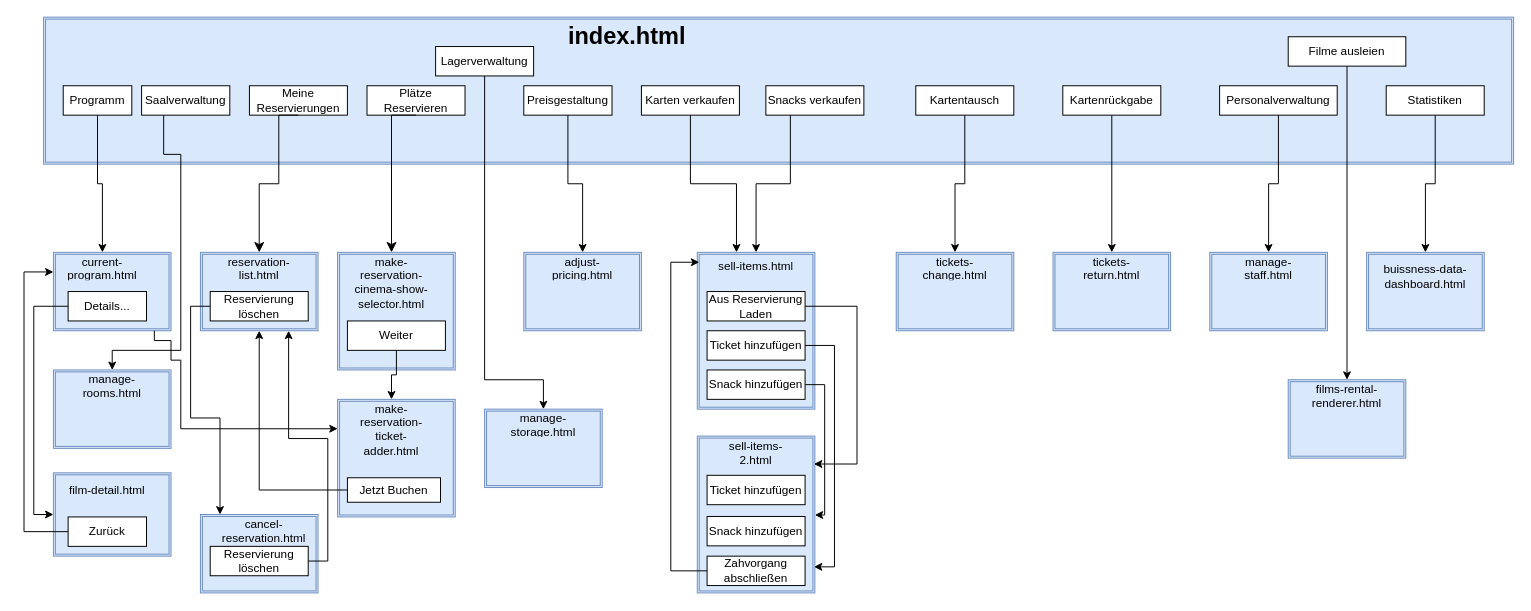
Before: src/main/asciidoc/models/design/dialog-flow.drawio in Leonard0108/Anwendungsprogrammierung, a draw.io diagram. Source tidied: cells renumbered, new cells numbered last; positions are measured from the earlier drawing's top-left corner, leaving out a move shared by most shapes. Both pictures are drawn from the tidied source at 98%, with x=0, y=0 at pixel (24, 17).
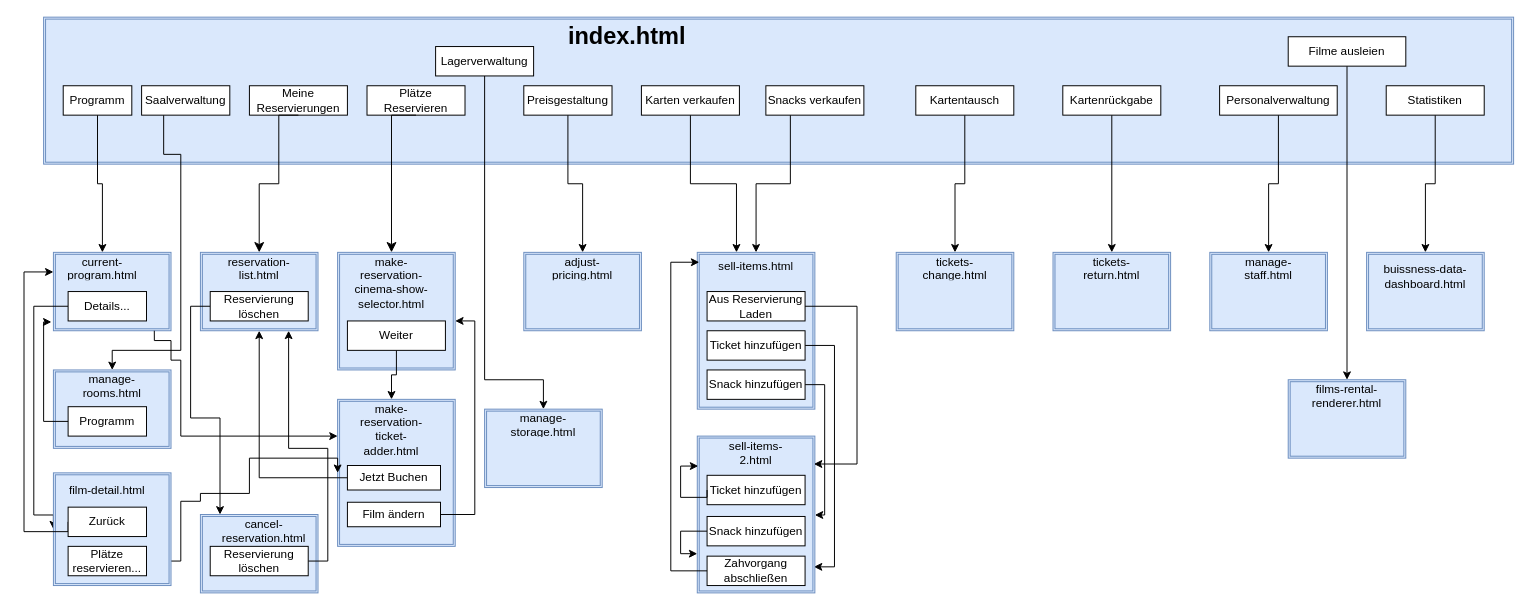
The same page after the edit.

Commit message (it also covers changes not shown here):
UI-Flow finalisiert

The change refers to these unchanged cells:
```xml
<mxCell id="2" style="shape=ext;double=1;rounded=0;whiteSpace=wrap;html=1;fillColor=#dae8fc;strokeColor=#6c8ebf;" parent="1" vertex="1">
  <mxGeometry x="30" y="240" width="120" height="80" as="geometry" />
</mxCell>
<mxCell id="11" style="shape=ext;double=1;rounded=0;whiteSpace=wrap;html=1;fillColor=#dae8fc;strokeColor=#6c8ebf;" parent="1" vertex="1">
  <mxGeometry x="180" y="240" width="120" height="80" as="geometry" />
</mxCell>
<mxCell id="15" style="shape=ext;double=1;rounded=0;whiteSpace=wrap;html=1;fillColor=#dae8fc;strokeColor=#6c8ebf;" parent="1" vertex="1">
  <mxGeometry x="320" y="240" width="120" height="120" as="geometry" />
</mxCell>
<mxCell id="67" style="shape=ext;double=1;rounded=0;whiteSpace=wrap;html=1;fillColor=#dae8fc;strokeColor=#6c8ebf;" parent="1" vertex="1">
  <mxGeometry x="687" y="427.5" width="120" height="160" as="geometry" />
</mxCell>
<mxCell id="69" value="Ticket hinzufügen" style="html=1;whiteSpace=wrap;" parent="1" vertex="1">
  <mxGeometry x="697" y="467.5" width="100" height="30" as="geometry" />
</mxCell>
<mxCell id="70" value="Snack hinzufügen" style="html=1;whiteSpace=wrap;" parent="1" vertex="1">
  <mxGeometry x="697" y="509.5" width="100" height="30" as="geometry" />
</mxCell>
<mxCell id="83" value="Reservierung löschen" style="html=1;whiteSpace=wrap;" parent="1" vertex="1">
  <mxGeometry x="190" y="540" width="100" height="30" as="geometry" />
</mxCell>
```

Diff of the diagram source:
```diff
@@
     <mxCell id="5" style="edgeStyle=orthogonalEdgeStyle;rounded=0;jettySize=auto;html=1;exitX=0.858;exitY=1;exitDx=0;exitDy=0;entryX=0;entryY=0.25;entryDx=0;entryDy=0;exitPerimeter=0;" parent="1" edge="1" source="2" target="52">
       <mxGeometry relative="1" as="geometry">
         <Array as="points">
           <mxPoint x="133" y="330" />
           <mxPoint x="150" y="330" />
           <mxPoint x="150" y="350" />
           <mxPoint x="160" y="350" />
-          <mxPoint x="160" y="420" />
+          <mxPoint x="160" y="428" />
         </Array>
       </mxGeometry>
     </mxCell>
@@
     <mxCell id="52" style="shape=ext;double=1;rounded=0;whiteSpace=wrap;html=1;fillColor=#dae8fc;strokeColor=#6c8ebf;" parent="1" vertex="1">
-      <mxGeometry x="320" y="390" width="120" height="120" as="geometry" />
+      <mxGeometry x="320" y="390" width="120" height="150" as="geometry" />
     </mxCell>
@@
+    <mxCell id="85" style="edgeStyle=orthogonalEdgeStyle;rounded=0;jettySize=auto;html=1;exitX=1;exitY=0.5;exitDx=0;exitDy=0;entryX=0;entryY=0.5;entryDx=0;entryDy=0;" parent="1" edge="1" source="87" target="52">
+      <mxGeometry relative="1" as="geometry">
+        <Array as="points">
+          <mxPoint x="160" y="555" />
+          <mxPoint x="160" y="494" />
+          <mxPoint x="180" y="494" />
+          <mxPoint x="180" y="486" />
+          <mxPoint x="230" y="486" />
+          <mxPoint x="230" y="450" />
+        </Array>
+      </mxGeometry>
+    </mxCell>
     <mxCell id="56" style="shape=ext;double=1;rounded=0;whiteSpace=wrap;html=1;fillColor=#dae8fc;strokeColor=#6c8ebf;" parent="1" vertex="1">
-      <mxGeometry x="30" y="465" width="120" height="85" as="geometry" />
+      <mxGeometry x="30" y="465" width="120" height="115" as="geometry" />
     </mxCell>
@@
     <mxCell id="59" value="Zurück" style="rounded=0;whiteSpace=wrap;html=1;" parent="1" vertex="1">
-      <mxGeometry x="45" y="510" width="80" height="30" as="geometry" />
+      <mxGeometry x="45" y="500" width="80" height="30" as="geometry" />
     </mxCell>
@@
     <mxCell id="61" value="Jetzt Buchen" style="rounded=0;whiteSpace=wrap;html=1;" parent="1" vertex="1">
-      <mxGeometry x="330" y="470" width="95" height="25" as="geometry" />
+      <mxGeometry x="330" y="457.5" width="95" height="25" as="geometry" />
     </mxCell>
@@
+    <mxCell id="86" style="edgeStyle=orthogonalEdgeStyle;rounded=0;jettySize=auto;html=1;exitX=0;exitY=0.5;exitDx=0;exitDy=0;entryX=0;entryY=0.75;entryDx=0;entryDy=0;" parent="1" edge="1" source="70" target="67">
+      <mxGeometry relative="1" as="geometry">
+        <Array as="points">
+          <mxPoint x="670" y="525" />
+          <mxPoint x="670" y="548" />
+        </Array>
+      </mxGeometry>
+    </mxCell>
@@
     <mxCell id="82" style="edgeStyle=orthogonalEdgeStyle;rounded=0;jettySize=auto;html=1;exitX=1;exitY=0.5;exitDx=0;exitDy=0;entryX=0.75;entryY=1;entryDx=0;entryDy=0;" parent="1" edge="1" source="83" target="11">
-      <mxGeometry relative="1" as="geometry" />
+      <mxGeometry relative="1" as="geometry">
+        <Array as="points">
+          <mxPoint x="310" y="555" />
+          <mxPoint x="310" y="440" />
+          <mxPoint x="270" y="440" />
+        </Array>
+      </mxGeometry>
     </mxCell>
@@
+    <mxCell id="87" value="Plätze reservieren..." style="rounded=0;whiteSpace=wrap;html=1;" parent="1" vertex="1">
+      <mxGeometry x="45" y="540" width="80" height="30" as="geometry" />
+    </mxCell>
+    <mxCell id="88" value="Programm" style="rounded=0;whiteSpace=wrap;html=1;" parent="1" vertex="1">
+      <mxGeometry x="45" y="397.5" width="80" height="30" as="geometry" />
+    </mxCell>
+    <mxCell id="89" style="edgeStyle=orthogonalEdgeStyle;rounded=0;jettySize=auto;html=1;exitX=0;exitY=0.5;exitDx=0;exitDy=0;entryX=-0.017;entryY=0.888;entryDx=0;entryDy=0;entryPerimeter=0;" parent="1" edge="1" source="88" target="2">
+      <mxGeometry relative="1" as="geometry">
+        <Array as="points">
+          <mxPoint x="20" y="413" />
+          <mxPoint x="20" y="311" />
+        </Array>
+      </mxGeometry>
+    </mxCell>
+    <mxCell id="90" value="Film ändern" style="rounded=0;whiteSpace=wrap;html=1;" parent="1" vertex="1">
+      <mxGeometry x="330" y="495" width="95" height="25" as="geometry" />
+    </mxCell>
+    <mxCell id="91" style="edgeStyle=orthogonalEdgeStyle;rounded=0;jettySize=auto;html=1;exitX=1;exitY=0.5;exitDx=0;exitDy=0;entryX=1;entryY=0.583;entryDx=0;entryDy=0;entryPerimeter=0;" parent="1" edge="1" source="90" target="15">
+      <mxGeometry relative="1" as="geometry" />
+    </mxCell>
+    <mxCell id="92" style="edgeStyle=orthogonalEdgeStyle;rounded=0;jettySize=auto;html=1;exitX=0;exitY=0.5;exitDx=0;exitDy=0;entryX=0.008;entryY=0.191;entryDx=0;entryDy=0;entryPerimeter=0;" parent="1" edge="1" source="69" target="67">
+      <mxGeometry relative="1" as="geometry">
+        <Array as="points">
+          <mxPoint x="697" y="490" />
+          <mxPoint x="670" y="490" />
+          <mxPoint x="670" y="458" />
+        </Array>
+      </mxGeometry>
+    </mxCell>
```
